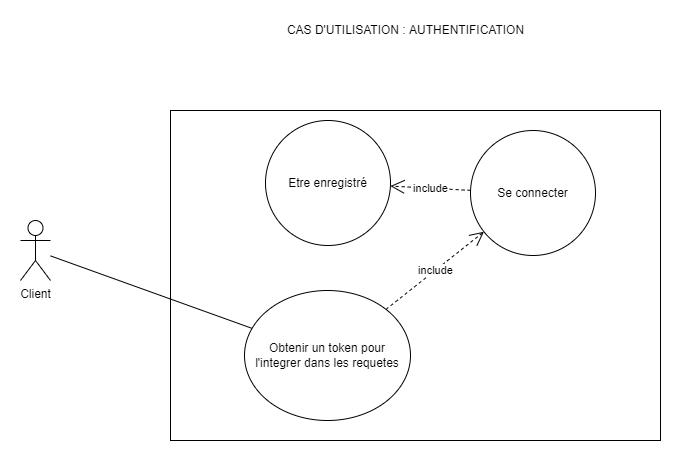
The draw.io diagram Diagrams/UseCase authentification.png in Pierre-Ka/API-OP7, before a commit. Source tidied: cells renumbered, new cells last; positions are measured from the earlier drawing's top-left corner, leaving out a move shared by most shapes. Its diagram source:
```xml
<mxGraphModel>
  <root>
    <mxCell id="0" />
    <mxCell id="1" parent="0" />
    <mxCell id="2" style="rounded=0;whiteSpace=wrap;html=1;" parent="1" vertex="1">
      <mxGeometry x="150" y="90" width="490" height="330" as="geometry" />
    </mxCell>
    <mxCell id="3" value="Client" style="shape=umlActor;verticalLabelPosition=bottom;verticalAlign=top;html=1;outlineConnect=0;" parent="1" vertex="1">
      <mxGeometry y="200" width="30" height="60" as="geometry" />
    </mxCell>
    <mxCell id="4" value="Obtenir un token pour l'integrer dans les requetes" style="ellipse;whiteSpace=wrap;html=1;" parent="1" vertex="1">
      <mxGeometry x="224" y="270" width="166" height="130" as="geometry" />
    </mxCell>
    <mxCell id="5" value="Se connecter" style="ellipse;whiteSpace=wrap;html=1;" parent="1" vertex="1">
      <mxGeometry x="450" y="110" width="125" height="125" as="geometry" />
    </mxCell>
    <mxCell id="6" value="include" style="endArrow=open;endSize=12;dashed=1;html=1;rounded=0;" parent="1" edge="1" source="4" target="5">
      <mxGeometry relative="1" as="geometry" />
    </mxCell>
    <mxCell id="7" style="endArrow=none;html=1;rounded=0;" parent="1" edge="1" source="3" target="4">
      <mxGeometry relative="1" as="geometry" />
    </mxCell>
    <mxCell id="8" value="CAS D'UTILISATION : AUTHENTIFICATION" style="text;html=1;align=center;verticalAlign=middle;strokeColor=none;fillColor=none;" parent="1" vertex="1">
      <mxGeometry x="260" width="250" height="20" as="geometry" />
    </mxCell>
    <mxCell id="9" value="Etre enregistré" style="ellipse;whiteSpace=wrap;html=1;" parent="1" vertex="1">
      <mxGeometry x="245" y="100" width="125" height="125" as="geometry" />
    </mxCell>
    <mxCell id="10" value="include" style="endArrow=open;endSize=12;dashed=1;html=1;rounded=0;" parent="1" edge="1" source="5" target="9">
      <mxGeometry relative="1" as="geometry" />
    </mxCell>
  </root>
</mxGraphModel>
```
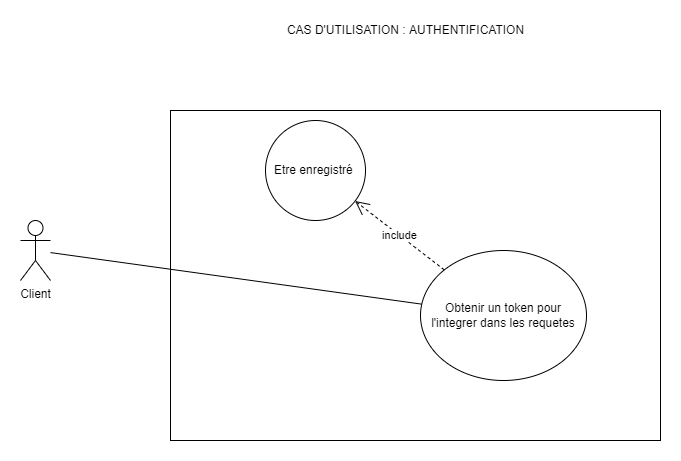
After the change.

Change to the diagram source:
```diff
@@ -9,24 +9,18 @@
       <mxGeometry y="200" width="30" height="60" as="geometry" />
     </mxCell>
     <mxCell id="4" value="Obtenir un token pour l'integrer dans les requetes" style="ellipse;whiteSpace=wrap;html=1;" parent="1" vertex="1">
-      <mxGeometry x="224" y="270" width="166" height="130" as="geometry" />
+      <mxGeometry x="400" y="230" width="166" height="130" as="geometry" />
     </mxCell>
-    <mxCell id="5" value="Se connecter" style="ellipse;whiteSpace=wrap;html=1;" parent="1" vertex="1">
-      <mxGeometry x="450" y="110" width="125" height="125" as="geometry" />
-    </mxCell>
-    <mxCell id="6" value="include" style="endArrow=open;endSize=12;dashed=1;html=1;rounded=0;" parent="1" edge="1" source="4" target="5">
-      <mxGeometry relative="1" as="geometry" />
-    </mxCell>
     <mxCell id="7" style="endArrow=none;html=1;rounded=0;" parent="1" edge="1" source="3" target="4">
       <mxGeometry relative="1" as="geometry" />
     </mxCell>
     <mxCell id="8" value="CAS D'UTILISATION : AUTHENTIFICATION" style="text;html=1;align=center;verticalAlign=middle;strokeColor=none;fillColor=none;" parent="1" vertex="1">
       <mxGeometry x="260" width="250" height="20" as="geometry" />
     </mxCell>
-    <mxCell id="9" value="Etre enregistré" style="ellipse;whiteSpace=wrap;html=1;" parent="1" vertex="1">
-      <mxGeometry x="245" y="100" width="125" height="125" as="geometry" />
+    <mxCell id="9" value="Etre enregistré&amp;nbsp;" style="ellipse;whiteSpace=wrap;html=1;" parent="1" vertex="1">
+      <mxGeometry x="245" y="100" width="100" height="100" as="geometry" />
     </mxCell>
-    <mxCell id="10" value="include" style="endArrow=open;endSize=12;dashed=1;html=1;rounded=0;" parent="1" edge="1" source="5" target="9">
+    <mxCell id="10" value="include" style="endArrow=open;endSize=12;dashed=1;html=1;rounded=0;" parent="1" edge="1" source="4" target="9">
       <mxGeometry relative="1" as="geometry" />
     </mxCell>
   </root>
```
